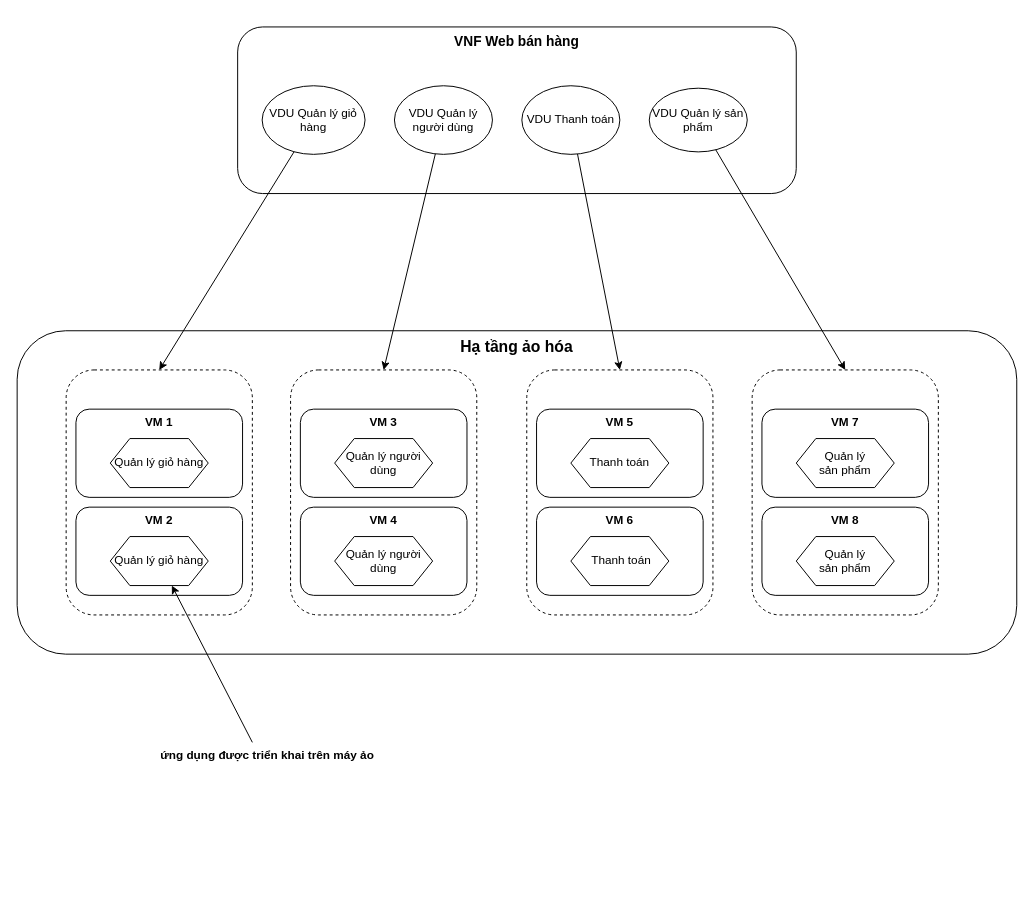
Before: mano hello world.drawio in hiep1097/drawio, a draw.io diagram. Source tidied: cells renumbered, new cells numbered last; positions are measured from the earlier drawing's top-left corner, leaving out a move shared by most shapes. Both pictures are drawn from the tidied source at 98%, with x=0, y=0 at pixel (17, 26).
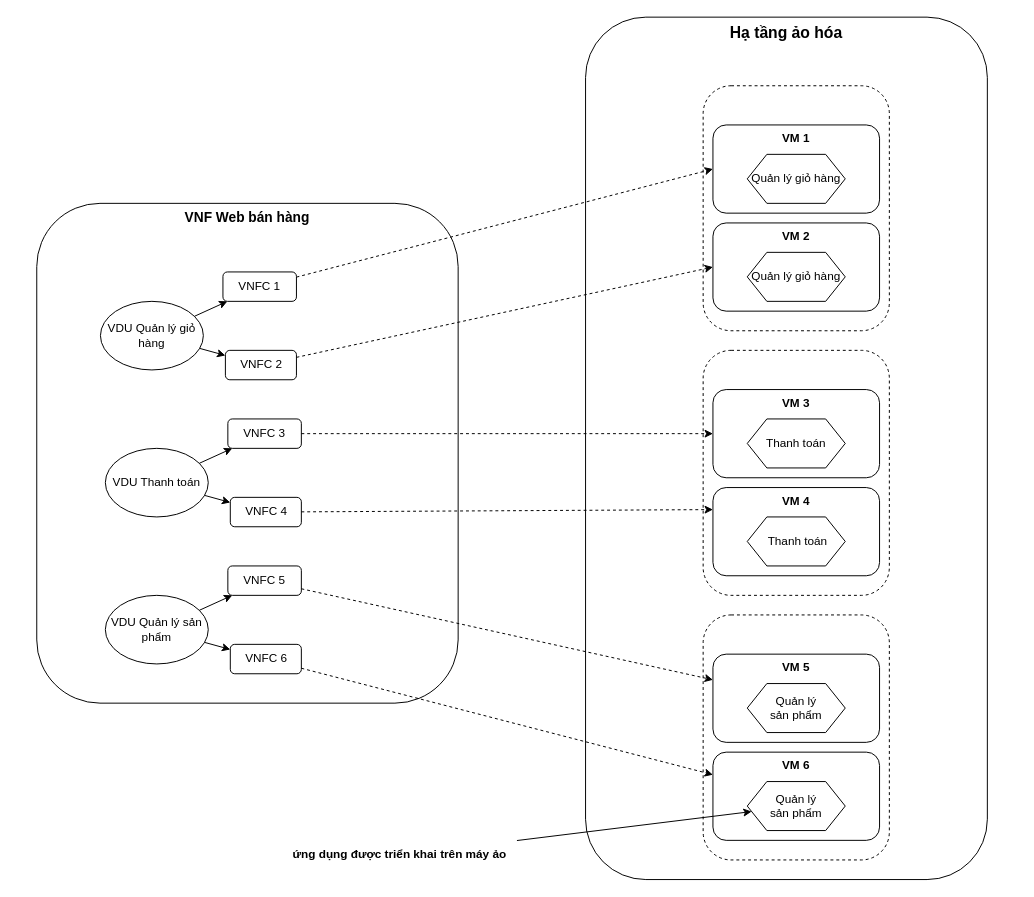
After the change.

Commit message (it also covers changes not shown here):
Cập nhật mano hello world.drawio

What changed in the source:
```diff
@@
+    <mxCell id="23" value="VNF Web bán hàng" style="rounded=1;whiteSpace=wrap;html=1;verticalAlign=top;fontSize=14;fontStyle=1;" parent="1" vertex="1">
+      <mxGeometry x="20" y="180" width="430" height="510" as="geometry" />
+    </mxCell>
     <mxCell id="2" value="Hạ tầng ảo hóa" style="rounded=1;whiteSpace=wrap;html=1;verticalAlign=top;fontSize=16;fontStyle=1;" parent="1" vertex="1">
-      <mxGeometry y="310" width="1020" height="330" as="geometry" />
+      <mxGeometry x="580" y="-10" width="410" height="880" as="geometry" />
     </mxCell>
     <mxCell id="3" style="rounded=1;whiteSpace=wrap;html=1;dashed=1;" parent="1" vertex="1">
-      <mxGeometry x="750" y="350" width="190" height="250" as="geometry" />
+      <mxGeometry x="700" y="600" width="190" height="250" as="geometry" />
     </mxCell>
     <mxCell id="4" style="rounded=1;whiteSpace=wrap;html=1;dashed=1;" parent="1" vertex="1">
-      <mxGeometry x="520" y="350" width="190" height="250" as="geometry" />
+      <mxGeometry x="700" y="330" width="190" height="250" as="geometry" />
     </mxCell>
-    <mxCell id="5" style="rounded=1;whiteSpace=wrap;html=1;dashed=1;" parent="1" vertex="1">
-      <mxGeometry x="279" y="350" width="190" height="250" as="geometry" />
-    </mxCell>
-    <mxCell id="6" style="rounded=1;whiteSpace=wrap;html=1;dashed=1;" parent="1" vertex="1">
-      <mxGeometry x="50" y="350" width="190" height="250" as="geometry" />
-    </mxCell>
-    <mxCell id="7" value="VM 2" style="rounded=1;whiteSpace=wrap;html=1;verticalAlign=top;fontStyle=1;" parent="1" vertex="1">
-      <mxGeometry x="60" y="490" width="170" height="90" as="geometry" />
-    </mxCell>
-    <mxCell id="8" value="Quản lý giỏ hàng" style="shape=hexagon;perimeter=hexagonPerimeter2;whiteSpace=wrap;html=1;fixedSize=1;" parent="1" vertex="1">
-      <mxGeometry x="95" y="520" width="100" height="50" as="geometry" />
-    </mxCell>
-    <mxCell id="9" value="VM 1" style="rounded=1;whiteSpace=wrap;html=1;verticalAlign=top;fontStyle=1;" parent="1" vertex="1">
-      <mxGeometry x="60" y="390" width="170" height="90" as="geometry" />
-    </mxCell>
-    <mxCell id="10" value="Quản lý giỏ hàng" style="shape=hexagon;perimeter=hexagonPerimeter2;whiteSpace=wrap;html=1;fixedSize=1;" parent="1" vertex="1">
-      <mxGeometry x="95" y="420" width="100" height="50" as="geometry" />
-    </mxCell>
-    <mxCell id="11" value="VM 3" style="rounded=1;whiteSpace=wrap;html=1;verticalAlign=top;fontStyle=1;" parent="1" vertex="1">
-      <mxGeometry x="289" y="390" width="170" height="90" as="geometry" />
-    </mxCell>
-    <mxCell id="12" value="Quản lý người dùng" style="shape=hexagon;perimeter=hexagonPerimeter2;whiteSpace=wrap;html=1;fixedSize=1;" parent="1" vertex="1">
-      <mxGeometry x="324" y="420" width="100" height="50" as="geometry" />
-    </mxCell>
-    <mxCell id="13" value="VM 4" style="rounded=1;whiteSpace=wrap;html=1;verticalAlign=top;fontStyle=1;" parent="1" vertex="1">
-      <mxGeometry x="289" y="490" width="170" height="90" as="geometry" />
-    </mxCell>
-    <mxCell id="14" value="Quản lý người dùng" style="shape=hexagon;perimeter=hexagonPerimeter2;whiteSpace=wrap;html=1;fixedSize=1;" parent="1" vertex="1">
-      <mxGeometry x="324" y="520" width="100" height="50" as="geometry" />
-    </mxCell>
-    <mxCell id="15" value="VM 6" style="rounded=1;whiteSpace=wrap;html=1;verticalAlign=top;fontStyle=1;" parent="1" vertex="1">
-      <mxGeometry x="530" y="490" width="170" height="90" as="geometry" />
+    <mxCell id="15" value="VM 4" style="rounded=1;whiteSpace=wrap;html=1;verticalAlign=top;fontStyle=1;" parent="1" vertex="1">
+      <mxGeometry x="710" y="470" width="170" height="90" as="geometry" />
     </mxCell>
     <mxCell id="16" value="&amp;nbsp;Thanh toán" style="shape=hexagon;perimeter=hexagonPerimeter2;whiteSpace=wrap;html=1;fixedSize=1;" parent="1" vertex="1">
-      <mxGeometry x="565" y="520" width="100" height="50" as="geometry" />
+      <mxGeometry x="745" y="500" width="100" height="50" as="geometry" />
     </mxCell>
-    <mxCell id="17" value="VM 5" style="rounded=1;whiteSpace=wrap;html=1;verticalAlign=top;fontStyle=1;" parent="1" vertex="1">
-      <mxGeometry x="530" y="390" width="170" height="90" as="geometry" />
+    <mxCell id="17" value="VM 3" style="rounded=1;whiteSpace=wrap;html=1;verticalAlign=top;fontStyle=1;" parent="1" vertex="1">
+      <mxGeometry x="710" y="370" width="170" height="90" as="geometry" />
     </mxCell>
     <mxCell id="18" value="Thanh toán" style="shape=hexagon;perimeter=hexagonPerimeter2;whiteSpace=wrap;html=1;fixedSize=1;" parent="1" vertex="1">
-      <mxGeometry x="565" y="420" width="100" height="50" as="geometry" />
+      <mxGeometry x="745" y="400" width="100" height="50" as="geometry" />
     </mxCell>
-    <mxCell id="19" value="VM 7" style="rounded=1;whiteSpace=wrap;html=1;verticalAlign=top;fontStyle=1;" parent="1" vertex="1">
-      <mxGeometry x="760" y="390" width="170" height="90" as="geometry" />
+    <mxCell id="19" value="VM 5" style="rounded=1;whiteSpace=wrap;html=1;verticalAlign=top;fontStyle=1;" parent="1" vertex="1">
+      <mxGeometry x="710" y="640" width="170" height="90" as="geometry" />
     </mxCell>
     <mxCell id="20" value="Quản lý &lt;br&gt;sản phẩm" style="shape=hexagon;perimeter=hexagonPerimeter2;whiteSpace=wrap;html=1;fixedSize=1;" parent="1" vertex="1">
-      <mxGeometry x="795" y="420" width="100" height="50" as="geometry" />
+      <mxGeometry x="745" y="670" width="100" height="50" as="geometry" />
     </mxCell>
-    <mxCell id="21" value="VM 8" style="rounded=1;whiteSpace=wrap;html=1;verticalAlign=top;fontStyle=1;" parent="1" vertex="1">
-      <mxGeometry x="760" y="490" width="170" height="90" as="geometry" />
+    <mxCell id="21" value="VM 6" style="rounded=1;whiteSpace=wrap;html=1;verticalAlign=top;fontStyle=1;" parent="1" vertex="1">
+      <mxGeometry x="710" y="740" width="170" height="90" as="geometry" />
     </mxCell>
     <mxCell id="22" value="Quản lý &lt;br&gt;sản phẩm" style="shape=hexagon;perimeter=hexagonPerimeter2;whiteSpace=wrap;html=1;fixedSize=1;" parent="1" vertex="1">
-      <mxGeometry x="795" y="520" width="100" height="50" as="geometry" />
+      <mxGeometry x="745" y="770" width="100" height="50" as="geometry" />
     </mxCell>
-    <mxCell id="23" value="VNF Web bán hàng" style="rounded=1;whiteSpace=wrap;html=1;verticalAlign=top;fontSize=14;fontStyle=1;" parent="1" vertex="1">
-      <mxGeometry x="225" width="570" height="170" as="geometry" />
-    </mxCell>
     <mxCell id="24" value="VDU Quản lý giỏ hàng" style="ellipse;whiteSpace=wrap;html=1;" parent="1" vertex="1">
-      <mxGeometry x="250" y="60" width="105" height="70" as="geometry" />
+      <mxGeometry x="85" y="280" width="105" height="70" as="geometry" />
     </mxCell>
-    <mxCell id="25" value="VDU Quản lý người dùng" style="ellipse;whiteSpace=wrap;html=1;" parent="1" vertex="1">
-      <mxGeometry x="385" y="60" width="100" height="70" as="geometry" />
-    </mxCell>
-    <mxCell id="26" value="VDU Thanh toán" style="ellipse;whiteSpace=wrap;html=1;" parent="1" vertex="1">
-      <mxGeometry x="515" y="60" width="100" height="70" as="geometry" />
-    </mxCell>
-    <mxCell id="27" value="VDU Quản lý sản phẩm" style="ellipse;whiteSpace=wrap;html=1;" parent="1" vertex="1">
-      <mxGeometry x="645" y="62.5" width="100" height="65" as="geometry" />
-    </mxCell>
-    <mxCell id="28" style="endArrow=classic;html=1;rounded=0;entryX=0.5;entryY=0;entryDx=0;entryDy=0;" parent="1" edge="1" source="24" target="6">
+    <mxCell id="28" style="endArrow=classic;html=1;rounded=0;" parent="1" edge="1" source="24" target="34">
       <mxGeometry relative="1" as="geometry" />
     </mxCell>
-    <mxCell id="29" style="endArrow=classic;html=1;rounded=0;entryX=0.5;entryY=0;entryDx=0;entryDy=0;" parent="1" edge="1" source="25" target="5">
-      <mxGeometry relative="1" as="geometry" />
-    </mxCell>
-    <mxCell id="30" style="endArrow=classic;html=1;rounded=0;entryX=0.5;entryY=0;entryDx=0;entryDy=0;" parent="1" edge="1" source="26" target="4">
-      <mxGeometry relative="1" as="geometry" />
-    </mxCell>
-    <mxCell id="31" style="endArrow=classic;html=1;rounded=0;entryX=0.5;entryY=0;entryDx=0;entryDy=0;" parent="1" edge="1" source="27" target="3">
-      <mxGeometry relative="1" as="geometry" />
-    </mxCell>
-    <mxCell id="32" style="endArrow=classic;html=1;rounded=0;" parent="1" edge="1" target="8">
-      <mxGeometry relative="1" as="geometry">
-        <mxPoint x="240" y="730" as="sourcePoint" />
-      </mxGeometry>
+    <mxCell id="32" style="endArrow=classic;html=1;rounded=0;" parent="1" edge="1" source="33" target="22">
+      <mxGeometry relative="1" as="geometry" />
     </mxCell>
     <mxCell id="33" value="ứng dụng được triển khai trên máy ảo" style="text;html=1;align=center;verticalAlign=middle;points=[];strokeColor=none;fillColor=none;fontStyle=1;" parent="1" vertex="1">
-      <mxGeometry x="135" y="728" width="240" height="30" as="geometry" />
+      <mxGeometry x="270" y="830" width="240" height="30" as="geometry" />
     </mxCell>
+    <mxCell id="34" value="VNFC 1" style="rounded=1;whiteSpace=wrap;html=1;" parent="1" vertex="1">
+      <mxGeometry x="210" y="250" width="75" height="30" as="geometry" />
+    </mxCell>
+    <mxCell id="35" value="VNFC 2" style="rounded=1;whiteSpace=wrap;html=1;" parent="1" vertex="1">
+      <mxGeometry x="212.5" y="330" width="72.5" height="30" as="geometry" />
+    </mxCell>
+    <mxCell id="36" style="endArrow=classic;html=1;rounded=0;" parent="1" edge="1" source="24" target="35">
+      <mxGeometry relative="1" as="geometry" />
+    </mxCell>
+    <mxCell id="37" style="rounded=1;whiteSpace=wrap;html=1;dashed=1;" parent="1" vertex="1">
+      <mxGeometry x="700" y="60" width="190" height="250" as="geometry" />
+    </mxCell>
+    <mxCell id="9" value="VM 1" style="rounded=1;whiteSpace=wrap;html=1;verticalAlign=top;fontStyle=1;" parent="1" vertex="1">
+      <mxGeometry x="710" y="100" width="170" height="90" as="geometry" />
+    </mxCell>
+    <mxCell id="38" value="Quản lý giỏ hàng" style="shape=hexagon;perimeter=hexagonPerimeter2;whiteSpace=wrap;html=1;fixedSize=1;" parent="1" vertex="1">
+      <mxGeometry x="745" y="130" width="100" height="50" as="geometry" />
+    </mxCell>
+    <mxCell id="7" value="VM 2" style="rounded=1;whiteSpace=wrap;html=1;verticalAlign=top;fontStyle=1;" parent="1" vertex="1">
+      <mxGeometry x="710" y="200" width="170" height="90" as="geometry" />
+    </mxCell>
+    <mxCell id="39" value="Quản lý giỏ hàng" style="shape=hexagon;perimeter=hexagonPerimeter2;whiteSpace=wrap;html=1;fixedSize=1;" parent="1" vertex="1">
+      <mxGeometry x="745" y="230" width="100" height="50" as="geometry" />
+    </mxCell>
+    <mxCell id="26" value="VDU Thanh toán" style="ellipse;whiteSpace=wrap;html=1;" parent="1" vertex="1">
+      <mxGeometry x="90" y="430" width="105" height="70" as="geometry" />
+    </mxCell>
+    <mxCell id="40" style="endArrow=classic;html=1;rounded=0;" parent="1" edge="1" source="26" target="41">
+      <mxGeometry relative="1" as="geometry" />
+    </mxCell>
+    <mxCell id="41" value="VNFC 3" style="rounded=1;whiteSpace=wrap;html=1;" parent="1" vertex="1">
+      <mxGeometry x="215" y="400" width="75" height="30" as="geometry" />
+    </mxCell>
+    <mxCell id="42" value="VNFC 4" style="rounded=1;whiteSpace=wrap;html=1;" parent="1" vertex="1">
+      <mxGeometry x="217.5" y="480" width="72.5" height="30" as="geometry" />
+    </mxCell>
+    <mxCell id="43" style="endArrow=classic;html=1;rounded=0;" parent="1" edge="1" source="26" target="42">
+      <mxGeometry relative="1" as="geometry" />
+    </mxCell>
+    <mxCell id="27" value="VDU Quản lý sản phẩm" style="ellipse;whiteSpace=wrap;html=1;" parent="1" vertex="1">
+      <mxGeometry x="90" y="580" width="105" height="70" as="geometry" />
+    </mxCell>
+    <mxCell id="44" style="endArrow=classic;html=1;rounded=0;" parent="1" edge="1" source="27" target="45">
+      <mxGeometry relative="1" as="geometry" />
+    </mxCell>
+    <mxCell id="45" value="VNFC 5" style="rounded=1;whiteSpace=wrap;html=1;" parent="1" vertex="1">
+      <mxGeometry x="215" y="550" width="75" height="30" as="geometry" />
+    </mxCell>
+    <mxCell id="46" value="VNFC 6" style="rounded=1;whiteSpace=wrap;html=1;" parent="1" vertex="1">
+      <mxGeometry x="217.5" y="630" width="72.5" height="30" as="geometry" />
+    </mxCell>
+    <mxCell id="47" style="endArrow=classic;html=1;rounded=0;" parent="1" edge="1" source="27" target="46">
+      <mxGeometry relative="1" as="geometry" />
+    </mxCell>
+    <mxCell id="48" style="endArrow=classic;html=1;rounded=0;entryX=0;entryY=0.5;entryDx=0;entryDy=0;dashed=1;" parent="1" edge="1" source="34" target="9">
+      <mxGeometry relative="1" as="geometry" />
+    </mxCell>
+    <mxCell id="49" style="endArrow=classic;html=1;rounded=0;entryX=0;entryY=0.5;entryDx=0;entryDy=0;dashed=1;" parent="1" edge="1" source="35" target="7">
+      <mxGeometry relative="1" as="geometry" />
+    </mxCell>
+    <mxCell id="50" style="endArrow=classic;html=1;rounded=0;dashed=1;" parent="1" edge="1" source="41" target="17">
+      <mxGeometry relative="1" as="geometry" />
+    </mxCell>
+    <mxCell id="51" style="endArrow=classic;html=1;rounded=0;entryX=0;entryY=0.25;entryDx=0;entryDy=0;dashed=1;" parent="1" edge="1" source="42" target="15">
+      <mxGeometry relative="1" as="geometry" />
+    </mxCell>
+    <mxCell id="52" style="endArrow=classic;html=1;rounded=0;dashed=1;" parent="1" edge="1" source="45" target="19">
+      <mxGeometry relative="1" as="geometry" />
+    </mxCell>
+    <mxCell id="53" style="endArrow=classic;html=1;rounded=0;dashed=1;" parent="1" edge="1" source="46" target="21">
+      <mxGeometry relative="1" as="geometry" />
+    </mxCell>
```
